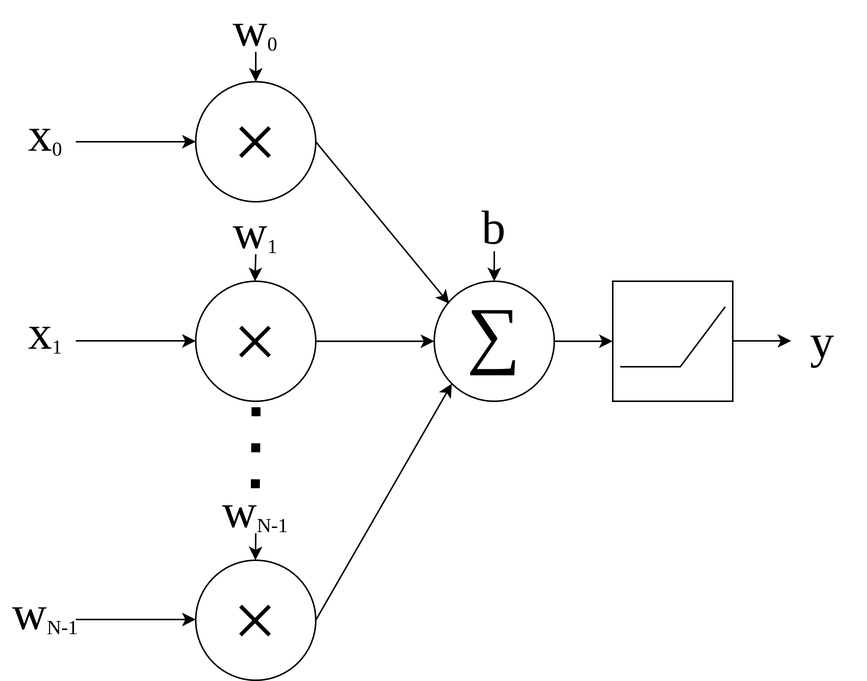
Before: slike/neuron.drawio.png, a diagram exported from draw.io (jurevreca12/chisel4ml-presentation). Source tidied: cells renumbered, new cells last; positions are measured from the earlier drawing's top-left corner, leaving out a move shared by most shapes. Source of this version:
```xml
<mxGraphModel>
  <root>
    <mxCell id="0" />
    <mxCell id="1" parent="0" />
    <mxCell id="2" value="&lt;font style=&quot;font-size: 32px;&quot; face=&quot;Times New Roman&quot;&gt;w&lt;/font&gt;&lt;font style=&quot;font-size: 16px;&quot; face=&quot;Times New Roman&quot;&gt;&lt;sub&gt;0&lt;/sub&gt;&lt;/font&gt;" style="text;html=1;align=center;verticalAlign=middle;whiteSpace=wrap;rounded=0;" parent="1" vertex="1">
      <mxGeometry x="140" width="60" height="30" as="geometry" />
    </mxCell>
    <mxCell id="3" style="group;" parent="1" vertex="1">
      <mxGeometry x="289" y="183" width="80" height="80" as="geometry" />
    </mxCell>
    <mxCell id="4" style="ellipse;whiteSpace=wrap;html=1;" parent="3" vertex="1">
      <mxGeometry width="80" height="80" as="geometry" />
    </mxCell>
    <mxCell id="5" value="&lt;font face=&quot;Times New Roman&quot; style=&quot;font-size: 50px; line-height: 80%;&quot;&gt;∑&lt;/font&gt;" style="text;html=1;align=center;verticalAlign=middle;whiteSpace=wrap;rounded=0;" parent="3" vertex="1">
      <mxGeometry x="10" y="20" width="60" height="30" as="geometry" />
    </mxCell>
    <mxCell id="6" style="endArrow=classic;html=1;rounded=0;exitX=1;exitY=0.5;exitDx=0;exitDy=0;" parent="3" edge="1" source="14">
      <mxGeometry relative="1" as="geometry">
        <mxPoint x="10" y="15" as="targetPoint" />
      </mxGeometry>
    </mxCell>
    <mxCell id="7" style="endArrow=classic;html=1;rounded=0;entryX=0.5;entryY=0;entryDx=0;entryDy=0;" parent="1" edge="1" target="4">
      <mxGeometry relative="1" as="geometry">
        <mxPoint x="329" y="163" as="sourcePoint" />
      </mxGeometry>
    </mxCell>
    <mxCell id="8" value="&lt;font style=&quot;font-size: 32px;&quot; face=&quot;Times New Roman&quot;&gt;b&lt;/font&gt;" style="text;html=1;align=center;verticalAlign=middle;whiteSpace=wrap;rounded=0;" parent="1" vertex="1">
      <mxGeometry x="299" y="132" width="60" height="30" as="geometry" />
    </mxCell>
    <mxCell id="9" style="endArrow=classic;html=1;rounded=0;exitX=1;exitY=0.5;exitDx=0;exitDy=0;entryX=0;entryY=0.5;entryDx=0;entryDy=0;" parent="1" edge="1" source="4" target="10">
      <mxGeometry relative="1" as="geometry" />
    </mxCell>
    <mxCell id="10" style="rounded=0;whiteSpace=wrap;html=1;" parent="1" vertex="1">
      <mxGeometry x="408" y="183" width="80" height="80" as="geometry" />
    </mxCell>
    <mxCell id="11" style="endArrow=none;html=1;rounded=0;exitX=0;exitY=0.75;exitDx=0;exitDy=0;curved=0;" parent="1" edge="1">
      <mxGeometry relative="1" as="geometry">
        <mxPoint x="413" y="240" as="sourcePoint" />
        <mxPoint x="483" y="200" as="targetPoint" />
        <Array as="points">
          <mxPoint x="453" y="240" />
        </Array>
      </mxGeometry>
    </mxCell>
    <mxCell id="12" style="endArrow=classic;html=1;rounded=0;exitX=1;exitY=0.5;exitDx=0;exitDy=0;entryX=0;entryY=0.5;entryDx=0;entryDy=0;" parent="1" edge="1">
      <mxGeometry relative="1" as="geometry">
        <mxPoint x="488" y="222.8" as="sourcePoint" />
        <mxPoint x="527" y="222.8" as="targetPoint" />
      </mxGeometry>
    </mxCell>
    <mxCell id="13" value="&lt;font style=&quot;font-size: 32px;&quot; face=&quot;Times New Roman&quot;&gt;y&lt;/font&gt;" style="text;html=1;align=center;verticalAlign=middle;whiteSpace=wrap;rounded=0;" parent="1" vertex="1">
      <mxGeometry x="518" y="208" width="60" height="30" as="geometry" />
    </mxCell>
    <mxCell id="14" value="&lt;font style=&quot;font-size: 52px;&quot; face=&quot;Times New Roman&quot;&gt;×&lt;/font&gt;" style="ellipse;whiteSpace=wrap;html=1;" parent="1" vertex="1">
      <mxGeometry x="130" y="50" width="80" height="80" as="geometry" />
    </mxCell>
    <mxCell id="15" style="endArrow=classic;html=1;rounded=0;" parent="1" edge="1">
      <mxGeometry relative="1" as="geometry">
        <mxPoint x="50" y="90" as="sourcePoint" />
        <mxPoint x="130" y="90" as="targetPoint" />
      </mxGeometry>
    </mxCell>
    <mxCell id="16" value="&lt;font style=&quot;font-size: 52px;&quot; face=&quot;Times New Roman&quot;&gt;×&lt;/font&gt;" style="ellipse;whiteSpace=wrap;html=1;" parent="1" vertex="1">
      <mxGeometry x="130" y="183" width="80" height="80" as="geometry" />
    </mxCell>
    <mxCell id="17" value="&lt;font style=&quot;font-size: 52px;&quot; face=&quot;Times New Roman&quot;&gt;×&lt;/font&gt;" style="ellipse;whiteSpace=wrap;html=1;" parent="1" vertex="1">
      <mxGeometry x="130" y="369" width="80" height="80" as="geometry" />
    </mxCell>
    <mxCell id="18" style="endArrow=none;dashed=1;html=1;dashPattern=1 3;strokeWidth=6;rounded=0;" parent="1" edge="1">
      <mxGeometry relative="1" as="geometry">
        <mxPoint x="169.7" y="321" as="sourcePoint" />
        <mxPoint x="170.1" y="259" as="targetPoint" />
        <Array as="points">
          <mxPoint x="170.2" y="274" />
        </Array>
      </mxGeometry>
    </mxCell>
    <mxCell id="19" style="endArrow=classic;html=1;rounded=0;" parent="1" edge="1">
      <mxGeometry relative="1" as="geometry">
        <mxPoint x="170" y="30" as="sourcePoint" />
        <mxPoint x="170" y="50" as="targetPoint" />
      </mxGeometry>
    </mxCell>
    <mxCell id="20" style="endArrow=classic;html=1;rounded=0;" parent="1" edge="1">
      <mxGeometry relative="1" as="geometry">
        <mxPoint x="50" y="222.7" as="sourcePoint" />
        <mxPoint x="130" y="222.7" as="targetPoint" />
      </mxGeometry>
    </mxCell>
    <mxCell id="21" style="endArrow=classic;html=1;rounded=0;" parent="1" edge="1">
      <mxGeometry relative="1" as="geometry">
        <mxPoint x="50" y="408.5" as="sourcePoint" />
        <mxPoint x="130" y="408.5" as="targetPoint" />
      </mxGeometry>
    </mxCell>
    <mxCell id="22" style="endArrow=classic;html=1;rounded=0;" parent="1" edge="1">
      <mxGeometry relative="1" as="geometry">
        <mxPoint x="170" y="165" as="sourcePoint" />
        <mxPoint x="169.5" y="183" as="targetPoint" />
      </mxGeometry>
    </mxCell>
    <mxCell id="23" style="endArrow=classic;html=1;rounded=0;" parent="1" edge="1">
      <mxGeometry relative="1" as="geometry">
        <mxPoint x="170" y="351" as="sourcePoint" />
        <mxPoint x="169.8" y="369" as="targetPoint" />
      </mxGeometry>
    </mxCell>
    <mxCell id="24" value="&lt;font style=&quot;font-size: 32px;&quot; face=&quot;Times New Roman&quot;&gt;x&lt;/font&gt;&lt;font style=&quot;font-size: 16px;&quot; face=&quot;Times New Roman&quot;&gt;&lt;sub&gt;1&lt;/sub&gt;&lt;/font&gt;" style="text;html=1;align=center;verticalAlign=middle;whiteSpace=wrap;rounded=0;" parent="1" vertex="1">
      <mxGeometry y="202" width="60" height="30" as="geometry" />
    </mxCell>
    <mxCell id="25" value="&lt;font style=&quot;font-size: 32px;&quot; face=&quot;Times New Roman&quot;&gt;w&lt;/font&gt;&lt;font style=&quot;font-size: 16px;&quot; face=&quot;Times New Roman&quot;&gt;&lt;sub&gt;N-1&lt;/sub&gt;&lt;/font&gt;" style="text;html=1;align=center;verticalAlign=middle;whiteSpace=wrap;rounded=0;" parent="1" vertex="1">
      <mxGeometry y="389" width="60" height="30" as="geometry" />
    </mxCell>
    <mxCell id="26" value="&lt;font style=&quot;font-size: 32px;&quot; face=&quot;Times New Roman&quot;&gt;x&lt;/font&gt;&lt;font style=&quot;font-size: 16px;&quot; face=&quot;Times New Roman&quot;&gt;&lt;sub&gt;0&lt;/sub&gt;&lt;/font&gt;" style="text;html=1;align=center;verticalAlign=middle;whiteSpace=wrap;rounded=0;" parent="1" vertex="1">
      <mxGeometry y="70" width="60" height="30" as="geometry" />
    </mxCell>
    <mxCell id="27" value="&lt;font style=&quot;font-size: 32px;&quot; face=&quot;Times New Roman&quot;&gt;w&lt;/font&gt;&lt;font style=&quot;font-size: 16px;&quot; face=&quot;Times New Roman&quot;&gt;&lt;sub&gt;1&lt;/sub&gt;&lt;/font&gt;" style="text;html=1;align=center;verticalAlign=middle;whiteSpace=wrap;rounded=0;" parent="1" vertex="1">
      <mxGeometry x="140" y="135" width="60" height="30" as="geometry" />
    </mxCell>
    <mxCell id="28" value="&lt;font style=&quot;font-size: 32px;&quot; face=&quot;Times New Roman&quot;&gt;w&lt;/font&gt;&lt;font style=&quot;font-size: 16px;&quot; face=&quot;Times New Roman&quot;&gt;&lt;sub&gt;N-1&lt;/sub&gt;&lt;/font&gt;" style="text;html=1;align=center;verticalAlign=middle;whiteSpace=wrap;rounded=0;" parent="1" vertex="1">
      <mxGeometry x="140" y="321" width="60" height="30" as="geometry" />
    </mxCell>
    <mxCell id="29" style="endArrow=classic;html=1;rounded=0;exitX=1;exitY=0.5;exitDx=0;exitDy=0;entryX=0;entryY=0.5;entryDx=0;entryDy=0;" parent="1" edge="1" source="16" target="4">
      <mxGeometry relative="1" as="geometry" />
    </mxCell>
    <mxCell id="30" style="endArrow=classic;html=1;rounded=0;exitX=1;exitY=0.5;exitDx=0;exitDy=0;entryX=0;entryY=1;entryDx=0;entryDy=0;" parent="1" edge="1" source="17" target="4">
      <mxGeometry relative="1" as="geometry" />
    </mxCell>
  </root>
</mxGraphModel>
```
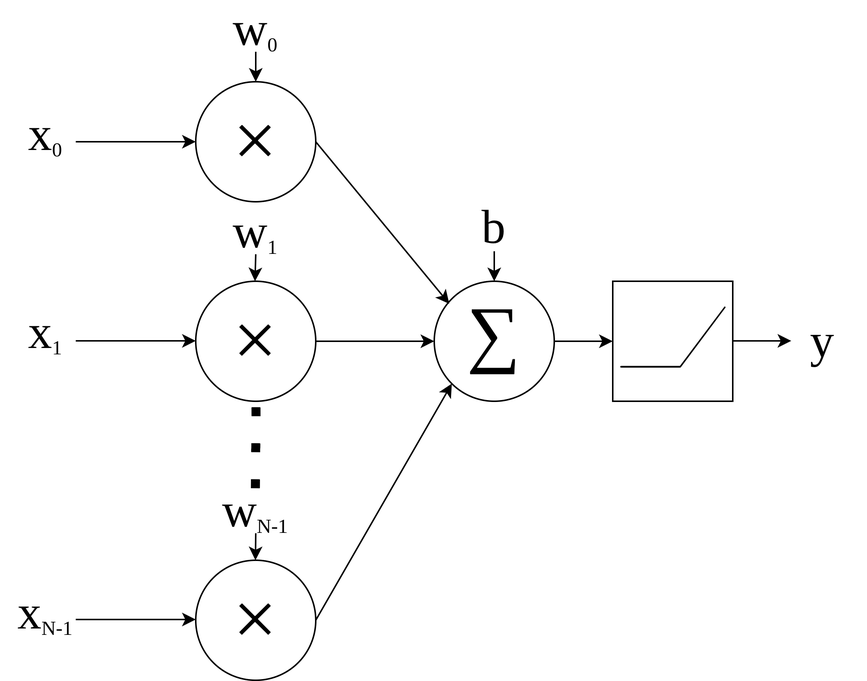
The same diagram one commit later.

The edit, as a diff of the source:
```diff
@@ -108,7 +108,7 @@
     <mxCell id="24" value="&lt;font style=&quot;font-size: 32px;&quot; face=&quot;Times New Roman&quot;&gt;x&lt;/font&gt;&lt;font style=&quot;font-size: 16px;&quot; face=&quot;Times New Roman&quot;&gt;&lt;sub&gt;1&lt;/sub&gt;&lt;/font&gt;" style="text;html=1;align=center;verticalAlign=middle;whiteSpace=wrap;rounded=0;" parent="1" vertex="1">
       <mxGeometry y="202" width="60" height="30" as="geometry" />
     </mxCell>
-    <mxCell id="25" value="&lt;font style=&quot;font-size: 32px;&quot; face=&quot;Times New Roman&quot;&gt;w&lt;/font&gt;&lt;font style=&quot;font-size: 16px;&quot; face=&quot;Times New Roman&quot;&gt;&lt;sub&gt;N-1&lt;/sub&gt;&lt;/font&gt;" style="text;html=1;align=center;verticalAlign=middle;whiteSpace=wrap;rounded=0;" parent="1" vertex="1">
+    <mxCell id="25" value="&lt;font style=&quot;font-size: 32px;&quot; face=&quot;Times New Roman&quot;&gt;x&lt;/font&gt;&lt;font style=&quot;font-size: 16px;&quot; face=&quot;Times New Roman&quot;&gt;&lt;sub&gt;N-1&lt;/sub&gt;&lt;/font&gt;" style="text;html=1;align=center;verticalAlign=middle;whiteSpace=wrap;rounded=0;" parent="1" vertex="1">
       <mxGeometry y="389" width="60" height="30" as="geometry" />
     </mxCell>
     <mxCell id="26" value="&lt;font style=&quot;font-size: 32px;&quot; face=&quot;Times New Roman&quot;&gt;x&lt;/font&gt;&lt;font style=&quot;font-size: 16px;&quot; face=&quot;Times New Roman&quot;&gt;&lt;sub&gt;0&lt;/sub&gt;&lt;/font&gt;" style="text;html=1;align=center;verticalAlign=middle;whiteSpace=wrap;rounded=0;" parent="1" vertex="1">
```
